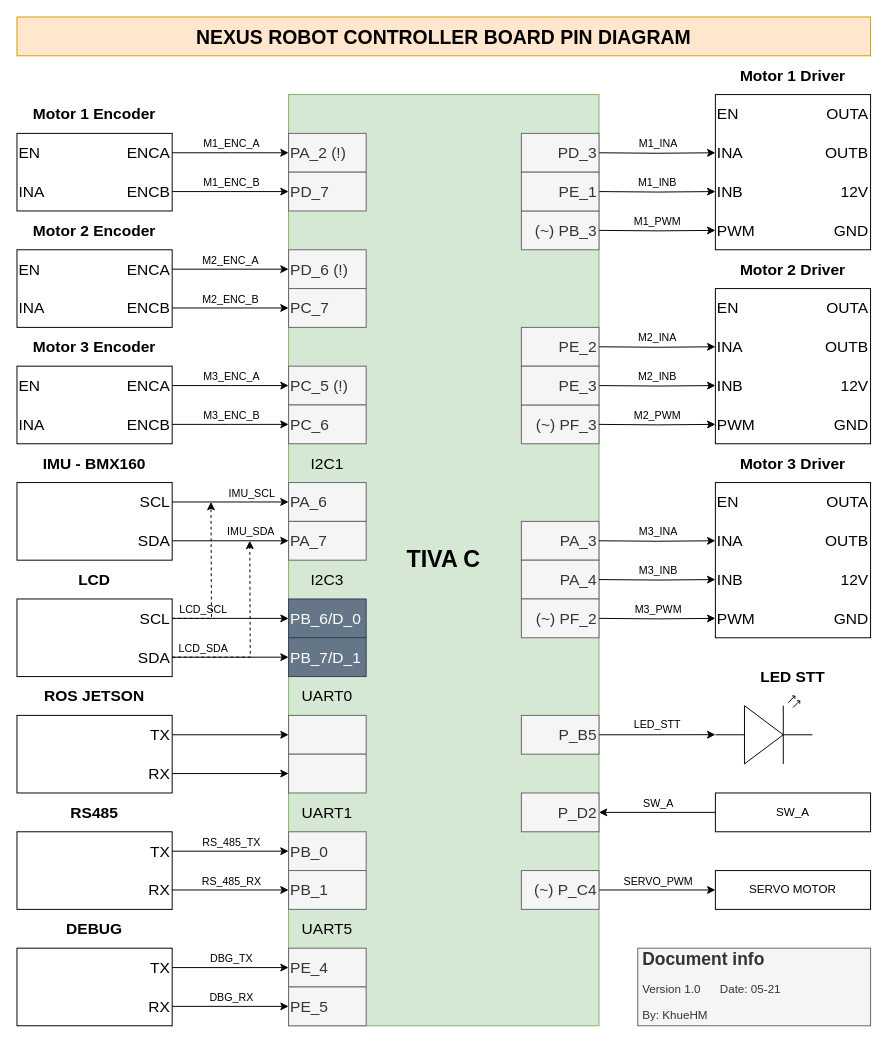
Above: docs/resources/hardware_diagram.drawio in phamconghao/nexus-bots-tiva (draw.io), before the change. Source tidied: cells renumbered, new cells numbered last; positions are measured from the earlier drawing's top-left corner, leaving out a move shared by most shapes. Both pictures are drawn from the tidied source at 97%, with x=0, y=0 at pixel (16, 16).
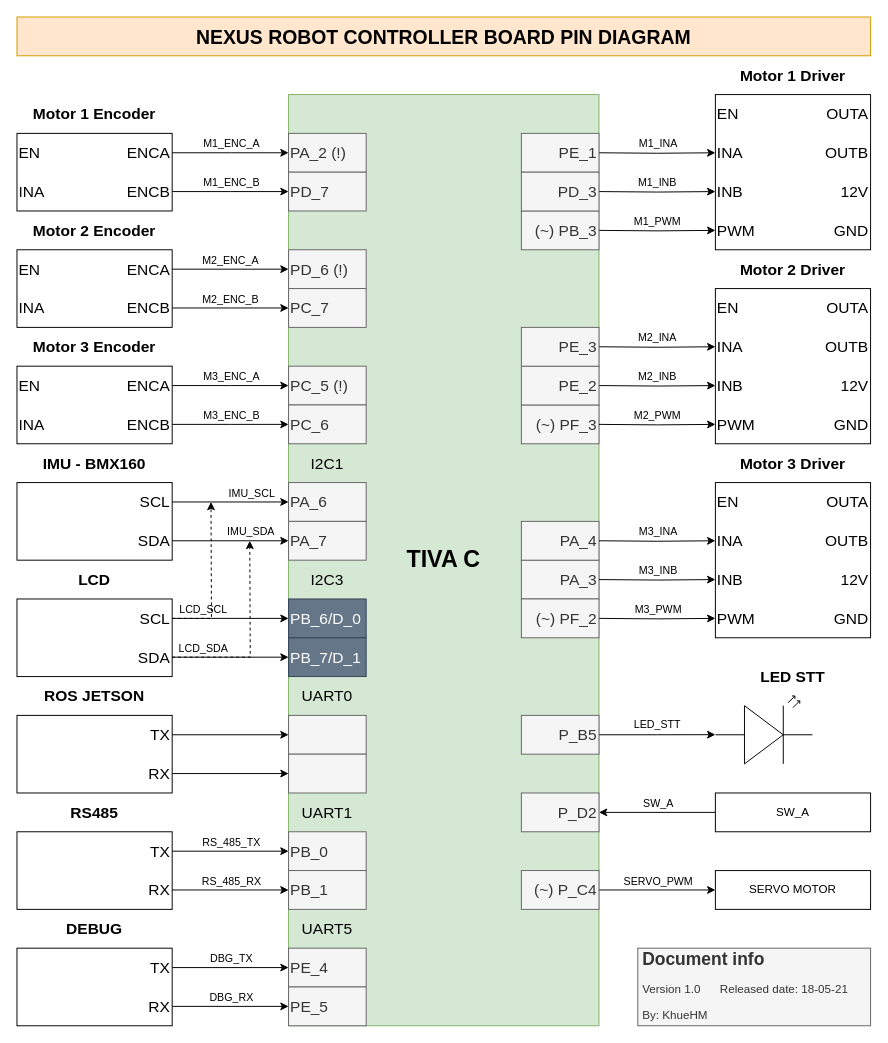
After the change.

Commit message:
Re-Update hardware_diagram v1.0

Change to the diagram source:
```diff
@@
     <mxCell id="19" value="PA_3" style="text;html=1;strokeColor=#666666;fillColor=#f5f5f5;align=right;verticalAlign=middle;whiteSpace=wrap;rounded=0;fontSize=16;fontColor=#333333;" parent="1" vertex="1">
-      <mxGeometry x="520" y="520" width="80" height="40" as="geometry" />
+      <mxGeometry x="520" y="560" width="80" height="40" as="geometry" />
     </mxCell>
     <mxCell id="20" value="PA_4" style="text;html=1;strokeColor=#666666;fillColor=#f5f5f5;align=right;verticalAlign=middle;whiteSpace=wrap;rounded=0;fontSize=16;fontColor=#333333;" parent="1" vertex="1">
-      <mxGeometry x="520" y="560" width="80" height="40" as="geometry" />
+      <mxGeometry x="520" y="520" width="80" height="40" as="geometry" />
     </mxCell>
@@
     <mxCell id="143" value="PE_2" style="text;html=1;strokeColor=#666666;fillColor=#f5f5f5;align=right;verticalAlign=middle;whiteSpace=wrap;rounded=0;fontSize=16;fontColor=#333333;" parent="1" vertex="1">
-      <mxGeometry x="520" y="320" width="80" height="40" as="geometry" />
+      <mxGeometry x="520" y="360" width="80" height="40" as="geometry" />
     </mxCell>
     <mxCell id="144" value="PE_3" style="text;html=1;strokeColor=#666666;fillColor=#f5f5f5;align=right;verticalAlign=middle;whiteSpace=wrap;rounded=0;fontSize=16;fontColor=#333333;" parent="1" vertex="1">
-      <mxGeometry x="520" y="360" width="80" height="40" as="geometry" />
+      <mxGeometry x="520" y="320" width="80" height="40" as="geometry" />
     </mxCell>
-    <mxCell id="145" value="PD_3" style="text;html=1;strokeColor=#666666;fillColor=#f5f5f5;align=right;verticalAlign=middle;whiteSpace=wrap;rounded=0;fontSize=16;fontColor=#333333;" parent="1" vertex="1">
-      <mxGeometry x="520" y="120" width="80" height="40" as="geometry" />
-    </mxCell>
     <mxCell id="146" value="PE_1" style="text;html=1;strokeColor=#666666;fillColor=#f5f5f5;align=right;verticalAlign=middle;whiteSpace=wrap;rounded=0;fontSize=16;fontColor=#333333;" parent="1" vertex="1">
-      <mxGeometry x="520" y="160" width="80" height="40" as="geometry" />
+      <mxGeometry x="520" y="120" width="80" height="40" as="geometry" />
     </mxCell>
@@
-    <mxCell id="165" value="&lt;h1 style=&quot;font-size: 18px&quot;&gt;Document info&lt;/h1&gt;&lt;p&gt;Version 1.0&lt;span style=&quot;white-space: pre&quot;&gt;&#9;&lt;/span&gt;&lt;span&gt;Date: 05-21&lt;/span&gt;&lt;/p&gt;&lt;p&gt;&lt;span&gt;By: KhueHM&lt;/span&gt;&lt;/p&gt;" style="text;html=1;strokeColor=#666666;fillColor=#f5f5f5;spacing=5;spacingTop=-20;whiteSpace=wrap;overflow=hidden;rounded=0;fontColor=#333333;" parent="1" vertex="1">
+    <mxCell id="165" value="&lt;h1 style=&quot;font-size: 18px&quot;&gt;Document info&lt;/h1&gt;&lt;p&gt;Version 1.0&lt;span style=&quot;white-space: pre&quot;&gt;&#9;&lt;/span&gt;Released d&lt;span&gt;ate: 18-05-21&lt;/span&gt;&lt;/p&gt;&lt;p&gt;&lt;span&gt;By: KhueHM&lt;/span&gt;&lt;/p&gt;" style="text;html=1;strokeColor=#666666;fillColor=#f5f5f5;spacing=5;spacingTop=-20;whiteSpace=wrap;overflow=hidden;rounded=0;fontColor=#333333;" parent="1" vertex="1">
       <mxGeometry x="640" y="960" width="240" height="80" as="geometry" />
     </mxCell>
+    <mxCell id="145" value="PD_3" style="text;html=1;strokeColor=#666666;fillColor=#f5f5f5;align=right;verticalAlign=middle;whiteSpace=wrap;rounded=0;fontSize=16;fontColor=#333333;" parent="1" vertex="1">
+      <mxGeometry x="520" y="160" width="80" height="40" as="geometry" />
+    </mxCell>
```
